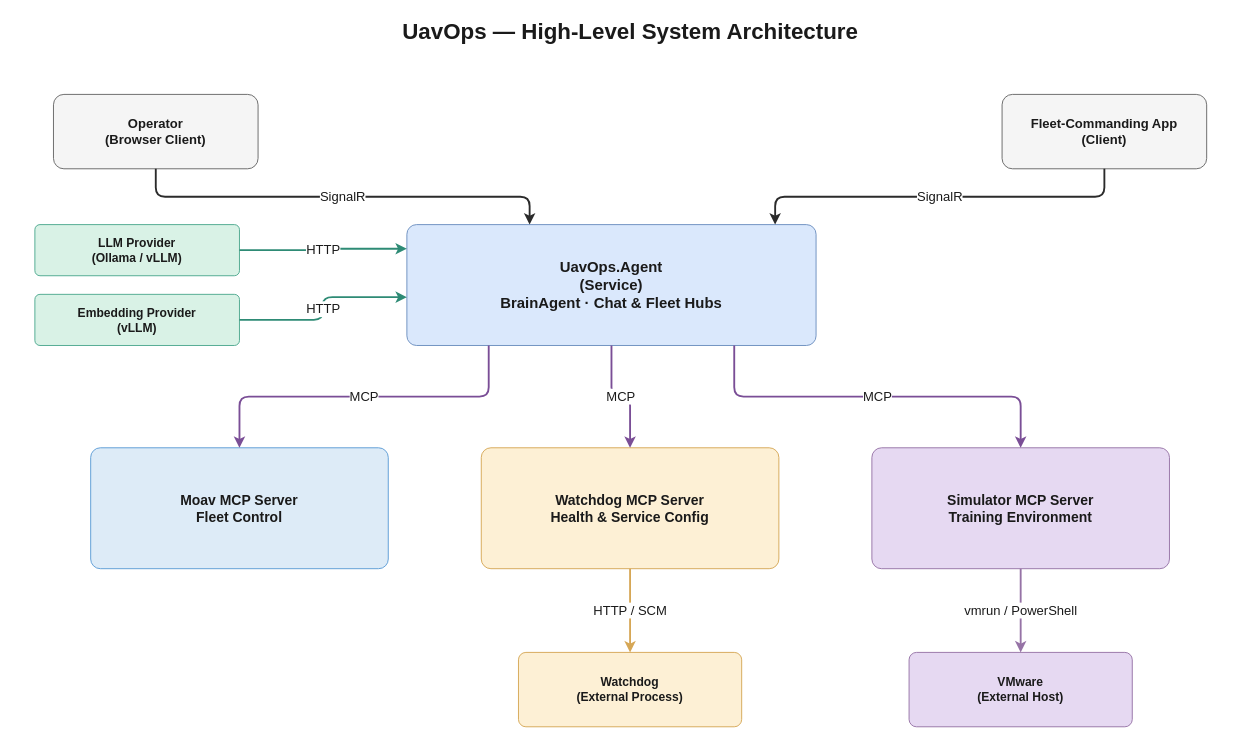
Before: page "System Architecture" (1 of 2) of docs/architecture.drawio in David-Mordechai/UavOps, a draw.io diagram. Source tidied: cells renumbered, new cells numbered last; positions are measured from the earlier drawing's top-left corner, leaving out a move shared by most shapes. Both pictures are drawn from the tidied source at 93%, with x=0, y=0 at pixel (16, 16).
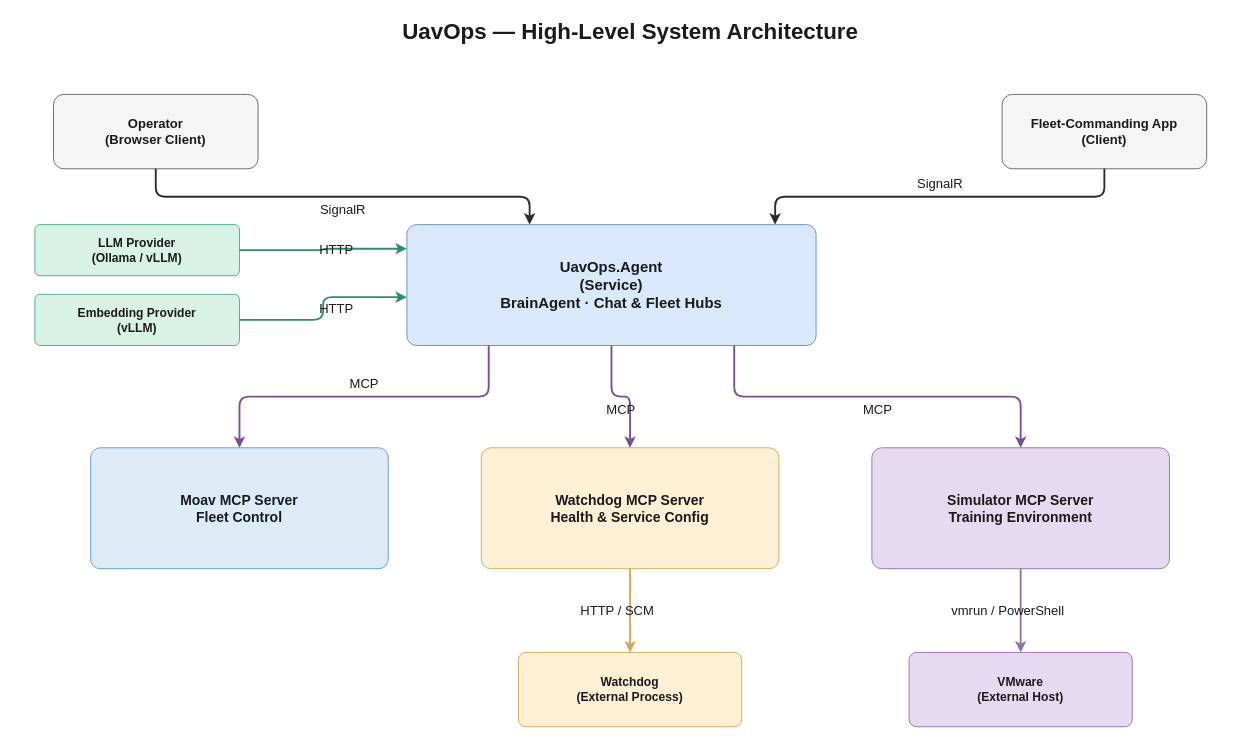
The same diagram, later.

The change refers to these unchanged cells:
```xml
<mxCell id="3" value="Operator&#10;(Browser Client)" style="rounded=1;whiteSpace=wrap;html=1;fillColor=light-dark(#F5F5F5,#2B2B2B);strokeColor=light-dark(#666666,#AAAAAA);fontColor=light-dark(#1A1A1A,#F0F0F0);fontSize=14;fontStyle=1;arcSize=14;" parent="1" vertex="1">
  <mxGeometry x="40" y="84" width="220" height="80" as="geometry" />
</mxCell>
<mxCell id="4" value="Fleet-Commanding App&#10;(Client)" style="rounded=1;whiteSpace=wrap;html=1;fillColor=light-dark(#F5F5F5,#2B2B2B);strokeColor=light-dark(#666666,#AAAAAA);fontColor=light-dark(#1A1A1A,#F0F0F0);fontSize=14;fontStyle=1;arcSize=14;" parent="1" vertex="1">
  <mxGeometry x="1060" y="84" width="220" height="80" as="geometry" />
</mxCell>
<mxCell id="5" value="LLM Provider&#10;(Ollama / vLLM)" style="rounded=1;whiteSpace=wrap;html=1;fillColor=light-dark(#D9F2E6,#1F4A3D);strokeColor=light-dark(#4DA88F,#7FD9BE);fontColor=light-dark(#1A1A1A,#F5F5F5);fontSize=13;fontStyle=1;arcSize=10;" parent="1" vertex="1">
  <mxGeometry x="20" y="224" width="220" height="55" as="geometry" />
</mxCell>
<mxCell id="6" value="Embedding Provider&#10;(vLLM)" style="rounded=1;whiteSpace=wrap;html=1;fillColor=light-dark(#D9F2E6,#1F4A3D);strokeColor=light-dark(#4DA88F,#7FD9BE);fontColor=light-dark(#1A1A1A,#F5F5F5);fontSize=13;fontStyle=1;arcSize=10;" parent="1" vertex="1">
  <mxGeometry x="20" y="299" width="220" height="55" as="geometry" />
</mxCell>
<mxCell id="7" value="UavOps.Agent&#10;(Service)&#10;BrainAgent  ·  Chat &amp; Fleet Hubs" style="rounded=1;whiteSpace=wrap;html=1;fillColor=light-dark(#DAE8FC,#1F3A5F);strokeColor=light-dark(#6C8EBF,#8FB4E3);fontColor=light-dark(#1A1A1A,#F5F5F5);fontSize=16;fontStyle=1;arcSize=8;" parent="1" vertex="1">
  <mxGeometry x="420" y="224" width="440" height="130" as="geometry" />
</mxCell>
<mxCell id="8" value="Moav MCP Server&#10;Fleet Control" style="rounded=1;whiteSpace=wrap;html=1;fillColor=light-dark(#DDEBF7,#16324A);strokeColor=light-dark(#5B9BD5,#7FB2E5);fontColor=light-dark(#1A1A1A,#F5F5F5);fontSize=15;fontStyle=1;arcSize=8;" parent="1" vertex="1">
  <mxGeometry x="80" y="464" width="320" height="130" as="geometry" />
</mxCell>
<mxCell id="9" value="Watchdog MCP Server&#10;Health &amp; Service Config" style="rounded=1;whiteSpace=wrap;html=1;fillColor=light-dark(#FDF0D5,#4A3B1F);strokeColor=light-dark(#D6A756,#E8C077);fontColor=light-dark(#1A1A1A,#F5F5F5);fontSize=15;fontStyle=1;arcSize=8;" parent="1" vertex="1">
  <mxGeometry x="500" y="464" width="320" height="130" as="geometry" />
</mxCell>
<mxCell id="10" value="Simulator MCP Server&#10;Training Environment" style="rounded=1;whiteSpace=wrap;html=1;fillColor=light-dark(#E6D9F2,#3B2A55);strokeColor=light-dark(#9673A6,#C6A8DE);fontColor=light-dark(#1A1A1A,#F5F5F5);fontSize=15;fontStyle=1;arcSize=8;" parent="1" vertex="1">
  <mxGeometry x="920" y="464" width="320" height="130" as="geometry" />
</mxCell>
<mxCell id="11" value="Watchdog&#10;(External Process)" style="rounded=1;whiteSpace=wrap;html=1;fillColor=light-dark(#FDF0D5,#4A3B1F);strokeColor=light-dark(#D6A756,#E8C077);fontColor=light-dark(#1A1A1A,#F5F5F5);fontSize=13;fontStyle=1;arcSize=10;" parent="1" vertex="1">
  <mxGeometry x="540" y="684" width="240" height="80" as="geometry" />
</mxCell>
<mxCell id="12" value="VMware&#10;(External Host)" style="rounded=1;whiteSpace=wrap;html=1;fillColor=light-dark(#E6D9F2,#3B2A55);strokeColor=light-dark(#9673A6,#C6A8DE);fontColor=light-dark(#1A1A1A,#F5F5F5);fontSize=13;fontStyle=1;arcSize=10;" parent="1" vertex="1">
  <mxGeometry x="960" y="684" width="240" height="80" as="geometry" />
</mxCell>
```

The edit, as a diff of the source:
```diff
@@
-    <mxCell id="13" value="SignalR" style="edgeStyle=orthogonalEdgeStyle;rounded=1;html=1;strokeColor=light-dark(#2B2B2B,#E0E0E0);strokeWidth=2;fontColor=light-dark(#1A1A1A,#F5F5F5);fontSize=14;exitX=0.5;exitY=1;entryX=0.3;entryY=0;" parent="1" edge="1" source="3" target="7">
-      <mxGeometry relative="1" as="geometry" />
+    <mxCell id="13" value="SignalR" style="edgeStyle=orthogonalEdgeStyle;rounded=1;html=1;labelBackgroundColor=none;strokeColor=light-dark(#2B2B2B,#E0E0E0);strokeWidth=2;fontColor=light-dark(#1A1A1A,#F5F5F5);fontSize=14;exitX=0.5;exitY=1;entryX=0.3;entryY=0;" parent="1" edge="1" source="3" target="7">
+      <mxGeometry y="-14" relative="1" as="geometry" />
     </mxCell>
-    <mxCell id="14" value="SignalR" style="edgeStyle=orthogonalEdgeStyle;rounded=1;html=1;strokeColor=light-dark(#2B2B2B,#E0E0E0);strokeWidth=2;fontColor=light-dark(#1A1A1A,#F5F5F5);fontSize=14;exitX=0.5;exitY=1;entryX=0.9;entryY=0;" parent="1" edge="1" source="4" target="7">
-      <mxGeometry relative="1" as="geometry" />
+    <mxCell id="14" value="SignalR" style="edgeStyle=orthogonalEdgeStyle;rounded=1;html=1;labelBackgroundColor=none;strokeColor=light-dark(#2B2B2B,#E0E0E0);strokeWidth=2;fontColor=light-dark(#1A1A1A,#F5F5F5);fontSize=14;exitX=0.5;exitY=1;entryX=0.9;entryY=0;" parent="1" edge="1" source="4" target="7">
+      <mxGeometry y="-14" relative="1" as="geometry" />
     </mxCell>
-    <mxCell id="15" value="HTTP" style="edgeStyle=orthogonalEdgeStyle;rounded=1;html=1;strokeColor=light-dark(#2E8B75,#7FD9BE);strokeWidth=2;fontColor=light-dark(#1A1A1A,#F5F5F5);fontSize=14;exitX=1;exitY=0.5;entryX=0;entryY=0.2;" parent="1" edge="1" source="5" target="7">
-      <mxGeometry relative="1" as="geometry" />
+    <mxCell id="15" value="HTTP" style="edgeStyle=orthogonalEdgeStyle;rounded=1;html=1;labelBackgroundColor=none;strokeColor=light-dark(#2E8B75,#7FD9BE);strokeWidth=2;fontColor=light-dark(#1A1A1A,#F5F5F5);fontSize=14;exitX=1;exitY=0.5;entryX=0;entryY=0.2;" parent="1" edge="1" source="5" target="7">
+      <mxGeometry y="-14" relative="1" as="geometry" />
     </mxCell>
-    <mxCell id="16" value="HTTP" style="edgeStyle=orthogonalEdgeStyle;rounded=1;html=1;strokeColor=light-dark(#2E8B75,#7FD9BE);strokeWidth=2;fontColor=light-dark(#1A1A1A,#F5F5F5);fontSize=14;exitX=1;exitY=0.5;entryX=0;entryY=0.6;" parent="1" edge="1" source="6" target="7">
-      <mxGeometry relative="1" as="geometry" />
+    <mxCell id="16" value="HTTP" style="edgeStyle=orthogonalEdgeStyle;rounded=1;html=1;labelBackgroundColor=none;strokeColor=light-dark(#2E8B75,#7FD9BE);strokeWidth=2;fontColor=light-dark(#1A1A1A,#F5F5F5);fontSize=14;exitX=1;exitY=0.5;entryX=0;entryY=0.6;" parent="1" edge="1" source="6" target="7">
+      <mxGeometry y="-14" relative="1" as="geometry" />
     </mxCell>
-    <mxCell id="17" value="MCP" style="edgeStyle=orthogonalEdgeStyle;rounded=1;html=1;strokeColor=light-dark(#7A4E96,#C6A8DE);strokeWidth=2;fontColor=light-dark(#1A1A1A,#F5F5F5);fontSize=14;exitX=0.2;exitY=1;entryX=0.5;entryY=0;" parent="1" edge="1" source="7" target="8">
-      <mxGeometry relative="1" as="geometry" />
+    <mxCell id="17" value="MCP" style="edgeStyle=orthogonalEdgeStyle;rounded=1;html=1;labelBackgroundColor=none;strokeColor=light-dark(#7A4E96,#C6A8DE);strokeWidth=2;fontColor=light-dark(#1A1A1A,#F5F5F5);fontSize=14;exitX=0.2;exitY=1;entryX=0.5;entryY=0;" parent="1" edge="1" source="7" target="8">
+      <mxGeometry y="-14" relative="1" as="geometry" />
     </mxCell>
-    <mxCell id="18" value="MCP" style="edgeStyle=orthogonalEdgeStyle;rounded=1;html=1;strokeColor=light-dark(#7A4E96,#C6A8DE);strokeWidth=2;fontColor=light-dark(#1A1A1A,#F5F5F5);fontSize=14;exitX=0.5;exitY=1;entryX=0.5;entryY=0;" parent="1" edge="1" source="7" target="9">
-      <mxGeometry relative="1" as="geometry" />
+    <mxCell id="18" value="MCP" style="edgeStyle=orthogonalEdgeStyle;rounded=1;html=1;labelBackgroundColor=none;strokeColor=light-dark(#7A4E96,#C6A8DE);strokeWidth=2;fontColor=light-dark(#1A1A1A,#F5F5F5);fontSize=14;exitX=0.5;exitY=1;entryX=0.5;entryY=0;" parent="1" edge="1" source="7" target="9">
+      <mxGeometry y="-14" relative="1" as="geometry" />
     </mxCell>
-    <mxCell id="19" value="MCP" style="edgeStyle=orthogonalEdgeStyle;rounded=1;html=1;strokeColor=light-dark(#7A4E96,#C6A8DE);strokeWidth=2;fontColor=light-dark(#1A1A1A,#F5F5F5);fontSize=14;exitX=0.8;exitY=1;entryX=0.5;entryY=0;" parent="1" edge="1" source="7" target="10">
-      <mxGeometry relative="1" as="geometry" />
+    <mxCell id="19" value="MCP" style="edgeStyle=orthogonalEdgeStyle;rounded=1;html=1;labelBackgroundColor=none;strokeColor=light-dark(#7A4E96,#C6A8DE);strokeWidth=2;fontColor=light-dark(#1A1A1A,#F5F5F5);fontSize=14;exitX=0.8;exitY=1;entryX=0.5;entryY=0;" parent="1" edge="1" source="7" target="10">
+      <mxGeometry y="-14" relative="1" as="geometry" />
     </mxCell>
-    <mxCell id="20" value="HTTP / SCM" style="edgeStyle=orthogonalEdgeStyle;rounded=1;html=1;strokeColor=light-dark(#D6A756,#E8C077);strokeWidth=2;fontColor=light-dark(#1A1A1A,#F5F5F5);fontSize=14;exitX=0.5;exitY=1;entryX=0.5;entryY=0;" parent="1" edge="1" source="9" target="11">
-      <mxGeometry relative="1" as="geometry" />
+    <mxCell id="20" value="HTTP / SCM" style="edgeStyle=orthogonalEdgeStyle;rounded=1;html=1;labelBackgroundColor=none;strokeColor=light-dark(#D6A756,#E8C077);strokeWidth=2;fontColor=light-dark(#1A1A1A,#F5F5F5);fontSize=14;exitX=0.5;exitY=1;entryX=0.5;entryY=0;" parent="1" edge="1" source="9" target="11">
+      <mxGeometry y="-14" relative="1" as="geometry" />
     </mxCell>
-    <mxCell id="21" value="vmrun / PowerShell" style="edgeStyle=orthogonalEdgeStyle;rounded=1;html=1;strokeColor=light-dark(#9673A6,#C6A8DE);strokeWidth=2;fontColor=light-dark(#1A1A1A,#F5F5F5);fontSize=14;exitX=0.5;exitY=1;entryX=0.5;entryY=0;" parent="1" edge="1" source="10" target="12">
-      <mxGeometry relative="1" as="geometry" />
+    <mxCell id="21" value="vmrun / PowerShell" style="edgeStyle=orthogonalEdgeStyle;rounded=1;html=1;labelBackgroundColor=none;strokeColor=light-dark(#9673A6,#C6A8DE);strokeWidth=2;fontColor=light-dark(#1A1A1A,#F5F5F5);fontSize=14;exitX=0.5;exitY=1;entryX=0.5;entryY=0;" parent="1" edge="1" source="10" target="12">
+      <mxGeometry y="-14" relative="1" as="geometry" />
     </mxCell>
```
